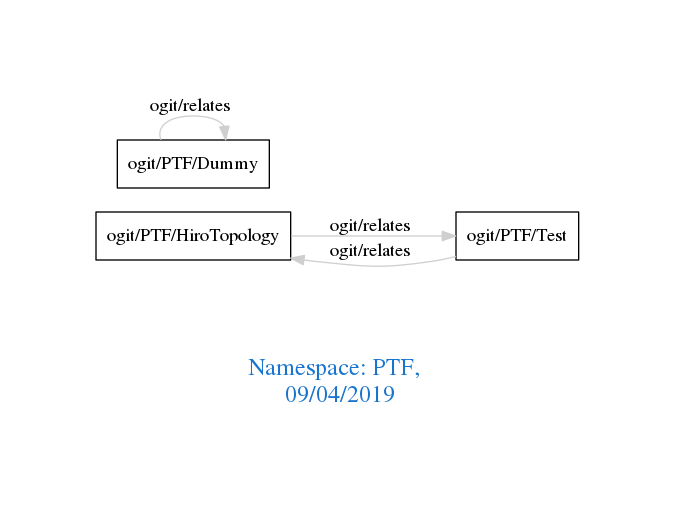
arago/OGIT keeps this Graphviz diagram as downloads/PTF.png. Above is the earlier version. Its source is kept beside it as downloads/PTF.dot.
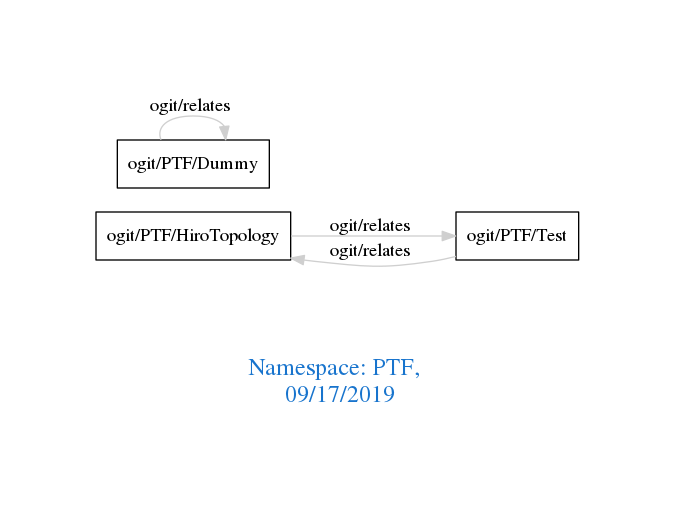
After the commit.

Change to the diagram source:
```diff
@@ -1,7 +1,7 @@
 digraph OGIT_ontology {
  graph [ rankdir= LR,pad=1
 fontsize = 18,
-fontcolor= dodgerblue3,label = "\n\n\nNamespace: PTF, \n 09/04/2019"];
+fontcolor= dodgerblue3,label = "\n\n\nNamespace: PTF, \n 09/17/2019"];
 node[shape=polygon];
 edge [  color="gray81"];
 
```
